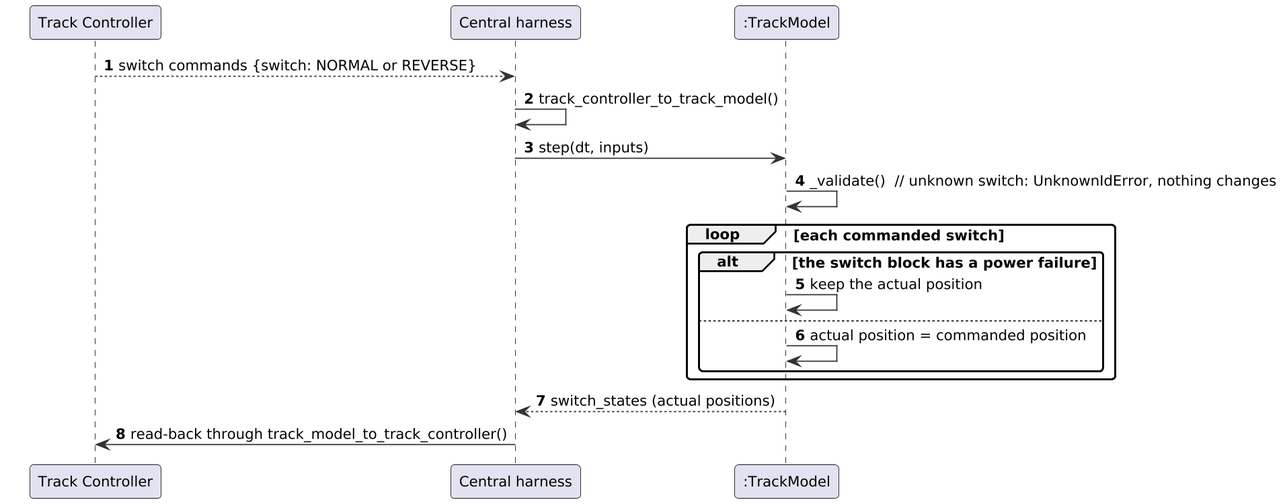
This is documents/uml/track_model/sd05_switch.png from Landiss04/Track-Overflow, a PlantUML export, as it was before one commit.
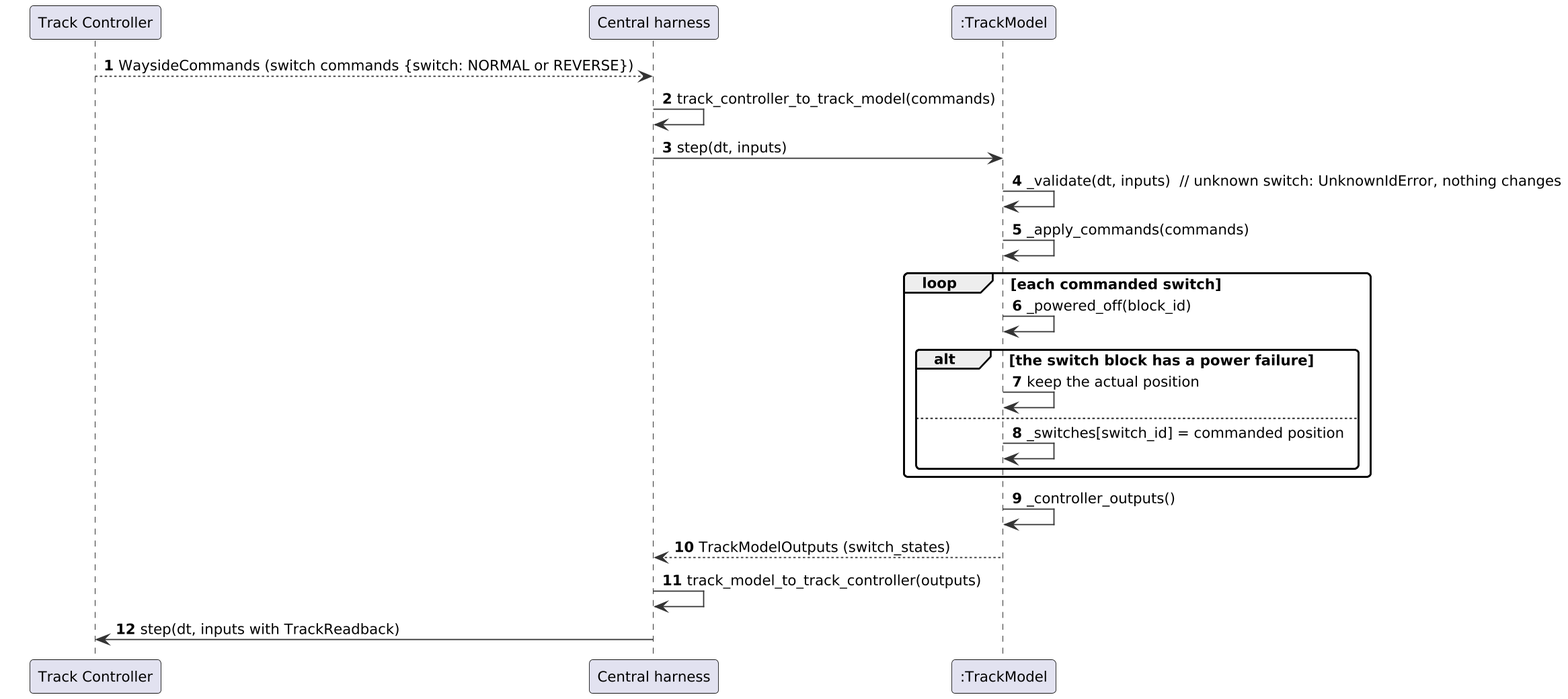
Above is the later version.

The edit, as a diff of the source:
```diff
@@ -12,17 +12,21 @@
 participant "Track Controller" as TC
 participant "Central harness" as H
 participant ":TrackModel" as TM
-TC --> H : switch commands {switch: NORMAL or REVERSE}
-H -> H : track_controller_to_track_model()
+TC --> H : WaysideCommands (switch commands {switch: NORMAL or REVERSE})
+H -> H : track_controller_to_track_model(commands)
 H -> TM : step(dt, inputs)
-TM -> TM : _validate()  // unknown switch: UnknownIdError, nothing changes
+TM -> TM : _validate(dt, inputs)  // unknown switch: UnknownIdError, nothing changes
+TM -> TM : _apply_commands(commands)
 loop each commanded switch
+  TM -> TM : _powered_off(block_id)
   alt the switch block has a power failure
     TM -> TM : keep the actual position
   else
-    TM -> TM : actual position = commanded position
+    TM -> TM : _switches[switch_id] = commanded position
   end
 end
-TM --> H : switch_states (actual positions)
-H -> TC : read-back through track_model_to_track_controller()
+TM -> TM : _controller_outputs()
+TM --> H : TrackModelOutputs (switch_states)
+H -> H : track_model_to_track_controller(outputs)
+H -> TC : step(dt, inputs with TrackReadback)
 @enduml
```
